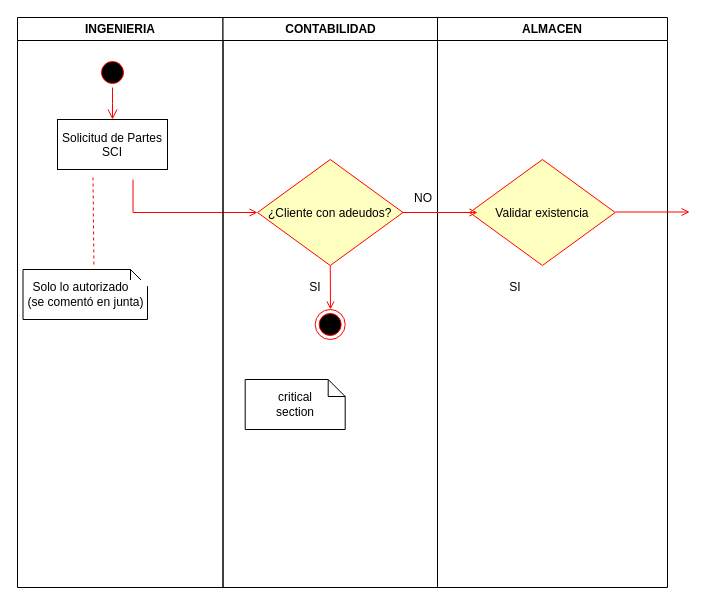
Above: Flujos/D-Actividades-SCI-Servicios-Ingenieria.drawio in RaulGutierrezCarmona/Diagrams (draw.io), before the change. Source tidied: cells renumbered, new cells numbered last; positions are measured from the earlier drawing's top-left corner, leaving out a move shared by most shapes. Both pictures are drawn from the tidied source at 100%, with x=0, y=0 at pixel (17, 17).
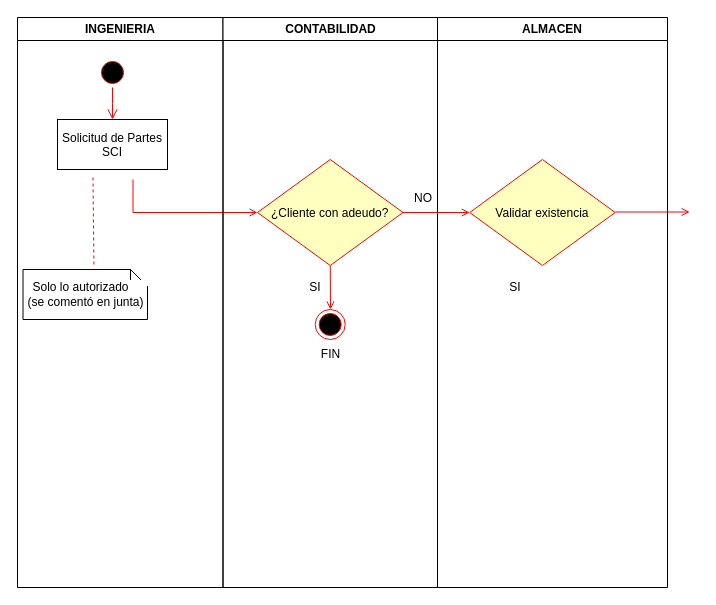
The same diagram, later.

The change refers to these unchanged cells:
```xml
<mxCell id="9" value="CONTABILIDAD" style="swimlane;whiteSpace=wrap;" parent="1" vertex="1">
  <mxGeometry x="205.5" width="214.5" height="570" as="geometry" />
</mxCell>
<mxCell id="18" value="Validar existencia" style="rhombus;fillColor=#ffffc0;strokeColor=#ff0000;" parent="17" vertex="1">
  <mxGeometry x="32.2" y="142" width="145.5" height="106" as="geometry" />
</mxCell>
```

Change to the diagram source:
```diff
@@
-    <mxCell id="11" value="&#10;¿Cliente con adeudos?&#10;" style="rhombus;fillColor=#ffffc0;strokeColor=#ff0000;" parent="9" vertex="1">
+    <mxCell id="11" value="&#10;¿Cliente con adeudo?&#10;" style="rhombus;fillColor=#ffffc0;strokeColor=#ff0000;" parent="9" vertex="1">
       <mxGeometry x="34.5" y="142" width="145.5" height="106" as="geometry" />
     </mxCell>
-    <mxCell id="12" value="critical&#10;section" style="shape=note;whiteSpace=wrap;size=17;" parent="9" vertex="1">
-      <mxGeometry x="22.2" y="362" width="100" height="50" as="geometry" />
-    </mxCell>
@@
+    <mxCell id="22" value="FIN" style="text;html=1;align=center;verticalAlign=middle;strokeColor=none;fillColor=none;" parent="9" vertex="1">
+      <mxGeometry x="87.2" y="322" width="40" height="30" as="geometry" />
+    </mxCell>
@@
-    <mxCell id="21" style="endArrow=open;strokeColor=#FF0000;endFill=1;rounded=0;exitX=1;exitY=0.5;exitDx=0;exitDy=0;" parent="1" edge="1" source="11">
+    <mxCell id="21" style="endArrow=open;strokeColor=#FF0000;endFill=1;rounded=0;exitX=1;exitY=0.5;exitDx=0;exitDy=0;entryX=0;entryY=0.5;entryDx=0;entryDy=0;" parent="1" edge="1" source="11" target="18">
       <mxGeometry x="1" y="-30" relative="1" as="geometry">
-        <mxPoint x="460" y="195" as="targetPoint" />
         <mxPoint x="30" y="30" as="offset" />
       </mxGeometry>
     </mxCell>
```
